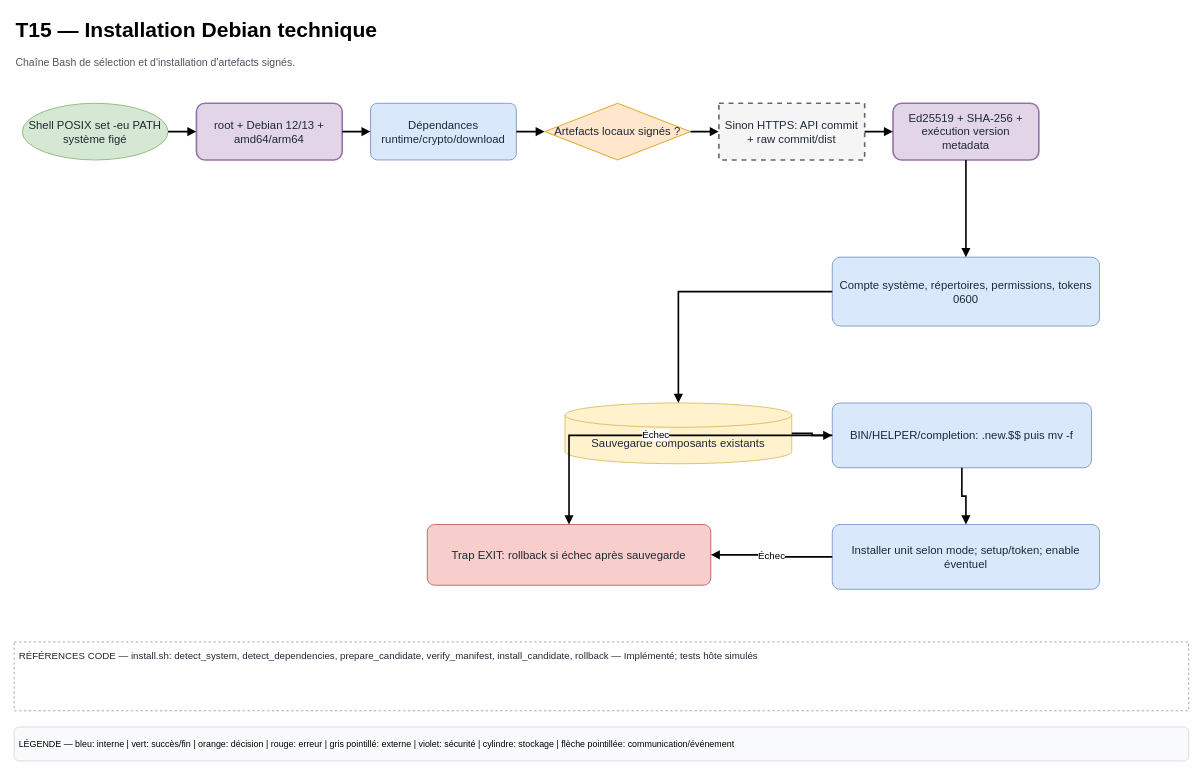
This is page "T15 — Installation Debian" (15 of 18) of docs/diagrams/WoL-Manager-Technique.drawio from HaasGa-Factory/WOL-Manager, a draw.io file, before an edit. Source tidied: cells renumbered, new cells numbered last; positions are measured from the earlier drawing's top-left corner, leaving out a move shared by most shapes. Both pictures are drawn from the tidied source at 81%, with x=0, y=0 at pixel (14, 14).
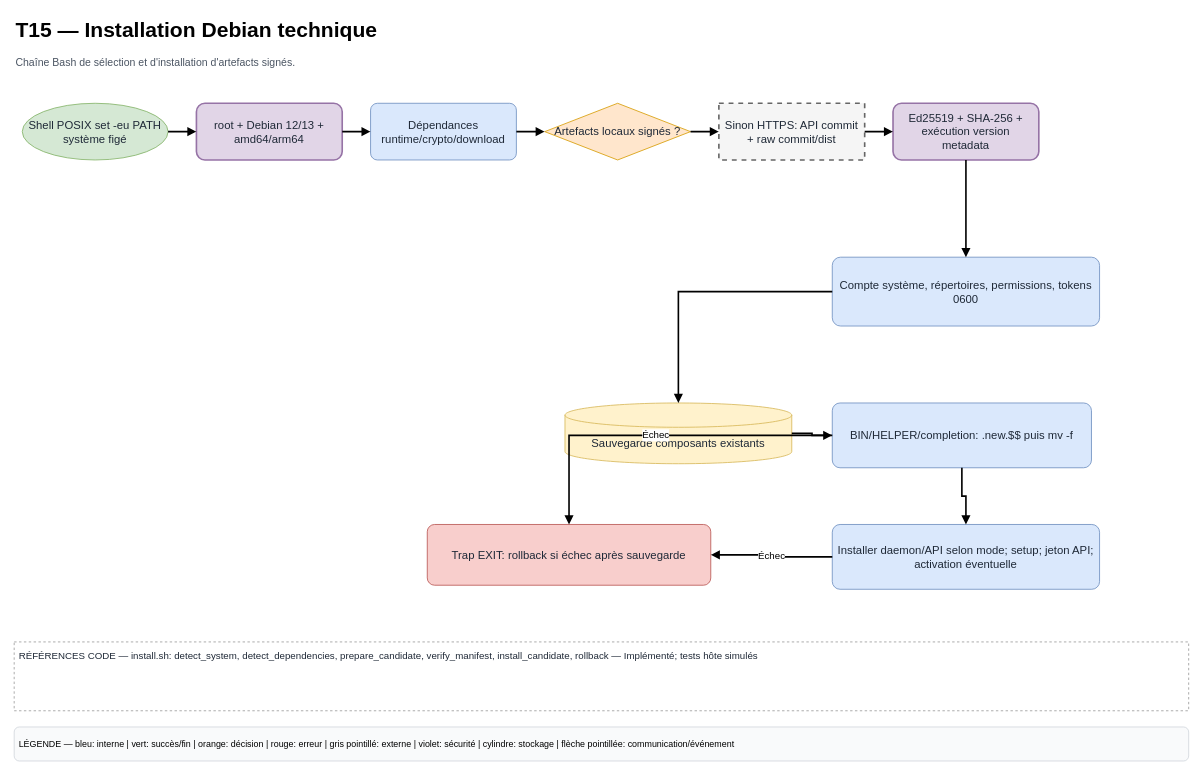
After the change.

The edit, as a diff of the source:
```diff
@@
-    <mxCell id="15" value="Installer unit selon mode; setup/token; enable éventuel" style="whiteSpace=wrap;html=1;fillColor=#dae8fc;strokeColor=#6c8ebf;fontSize=14;fontColor=#1f2937;align=center;verticalAlign=middle;spacing=6;shadow=0;rounded=1;arcSize=12;" parent="1" vertex="1">
+    <mxCell id="15" value="Installer daemon/API selon mode; setup; jeton API; activation éventuelle" style="whiteSpace=wrap;html=1;fillColor=#dae8fc;strokeColor=#6c8ebf;fontSize=14;fontColor=#1f2937;align=center;verticalAlign=middle;spacing=6;shadow=0;rounded=1;arcSize=12;" parent="1" vertex="1">
       <mxGeometry x="1010" y="630" width="330" height="80" as="geometry" />
     </mxCell>
```
